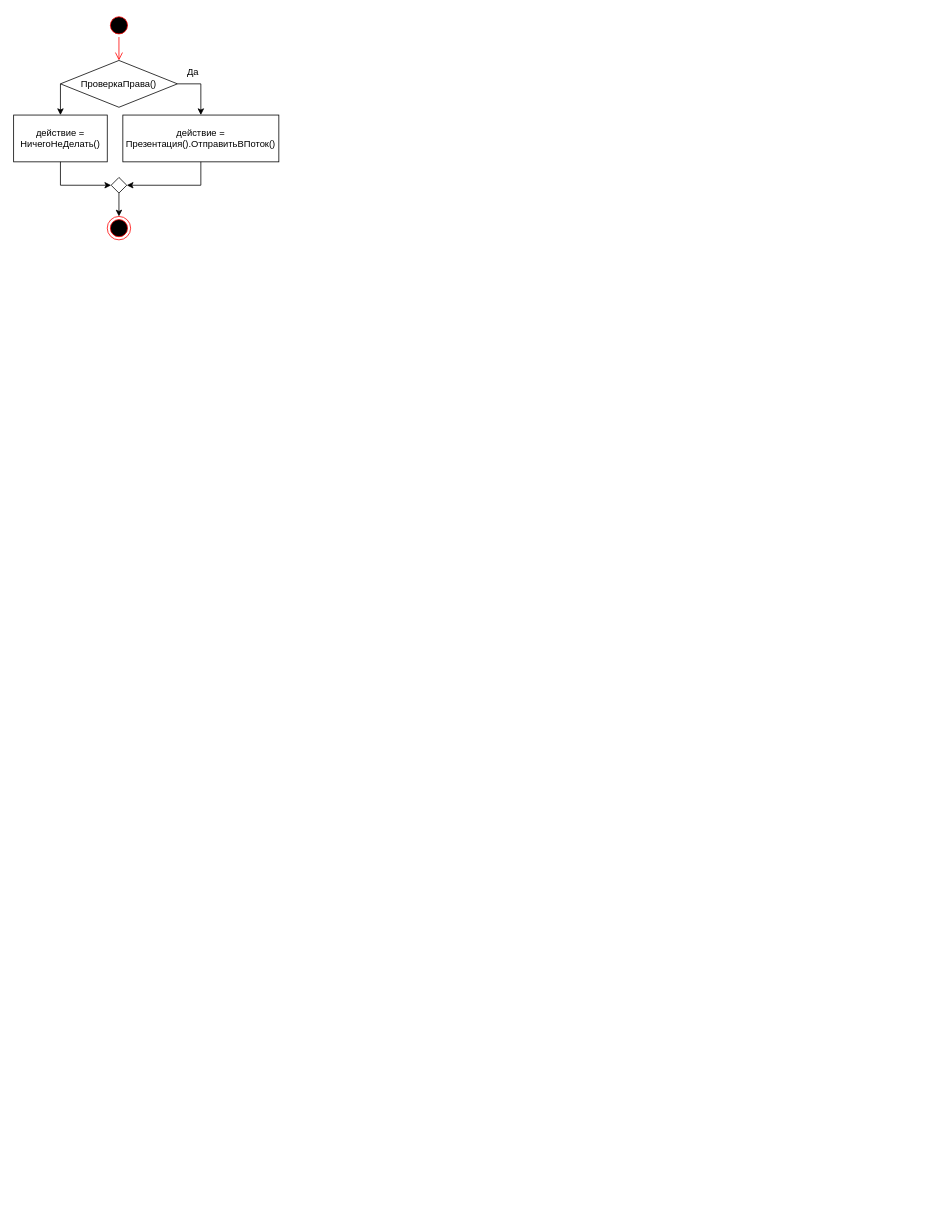
eldarian-1/pstu keeps this draw.io diagram as ТОАУ/ЛР2/7 2.drawio. Above is the earlier version. Source tidied: cells renumbered, new cells numbered last; positions are measured from the earlier drawing's top-left corner, leaving out a move shared by most shapes. Both pictures are drawn from the tidied source at 78%, with x=0, y=0 at pixel (13, 13).
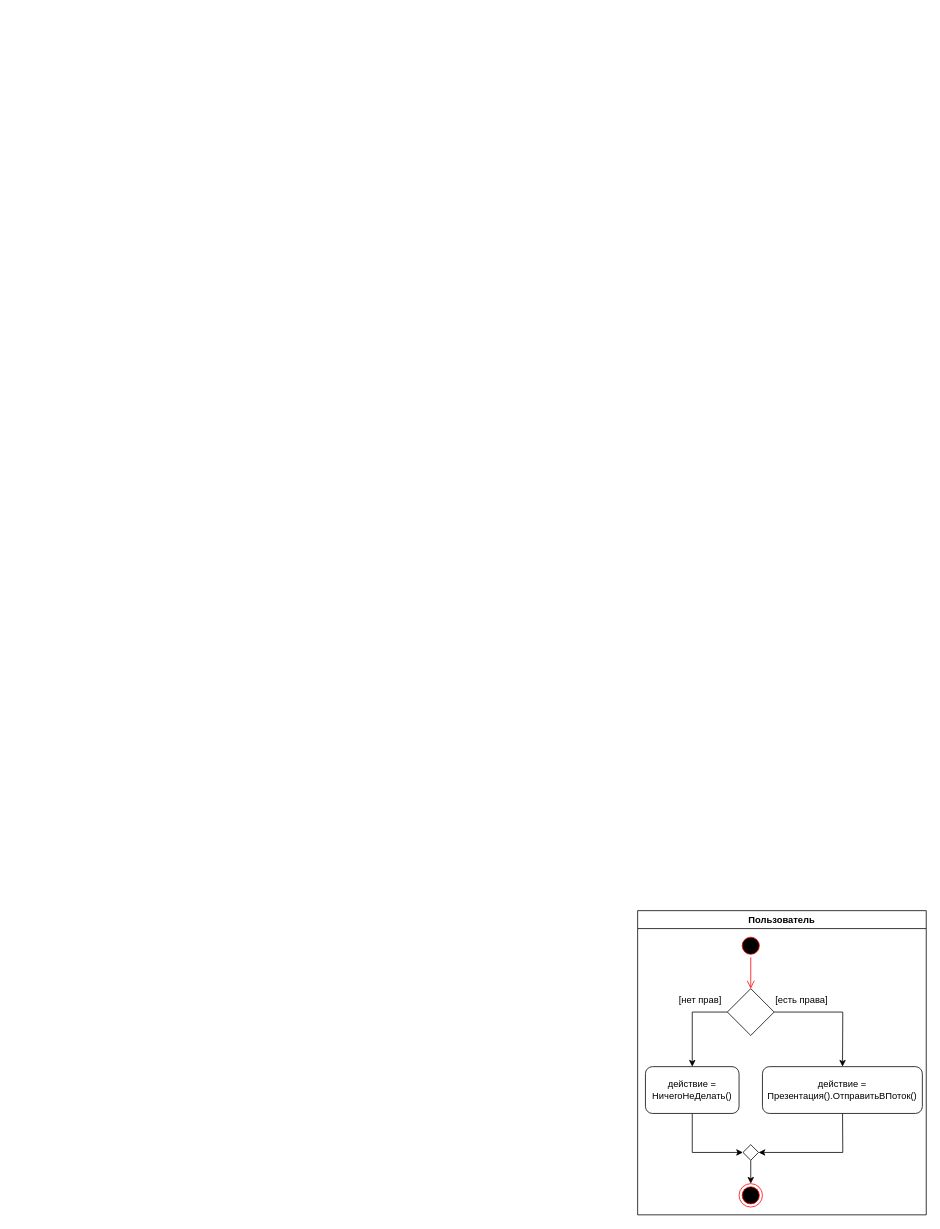
Above is the later version.

Change to the diagram source:
```diff
@@
-    <mxCell id="2" style="ellipse;html=1;shape=startState;fillColor=#000000;strokeColor=#ff0000;" parent="1" vertex="1">
-      <mxGeometry x="120" width="30" height="30" as="geometry" />
-    </mxCell>
-    <mxCell id="3" style="edgeStyle=orthogonalEdgeStyle;html=1;verticalAlign=bottom;endArrow=open;endSize=8;strokeColor=#ff0000;rounded=0;" parent="1" edge="1" source="2" target="7">
-      <mxGeometry relative="1" as="geometry" />
-    </mxCell>
+    <mxCell id="15" value="Пользователь" style="swimlane;" parent="1" vertex="1">
+      <mxGeometry x="800" y="1150" width="370" height="390" as="geometry" />
+    </mxCell>
+    <mxCell id="16" style="ellipse;html=1;shape=startState;fillColor=#000000;strokeColor=#ff0000;" parent="15" vertex="1">
+      <mxGeometry x="130" y="30" width="30" height="30" as="geometry" />
+    </mxCell>
+    <mxCell id="17" style="edgeStyle=orthogonalEdgeStyle;html=1;verticalAlign=bottom;endArrow=open;endSize=8;strokeColor=#ff0000;rounded=0;" parent="15" edge="1" source="16" target="20">
+      <mxGeometry relative="1" as="geometry" />
+    </mxCell>
-    <mxCell id="4" value="действие = Презентация().ОтправитьВПоток()" style="rounded=0;whiteSpace=wrap;html=1;" parent="1" vertex="1">
-      <mxGeometry x="140" y="130" width="200" height="60" as="geometry" />
+    <mxCell id="4" value="действие = Презентация().ОтправитьВПоток()" style="rounded=1;whiteSpace=wrap;html=1;" parent="15" vertex="1">
+      <mxGeometry x="160" y="200" width="205" height="60" as="geometry" />
     </mxCell>
-    <mxCell id="5" style="ellipse;html=1;shape=endState;fillColor=#000000;strokeColor=#ff0000;" parent="1" vertex="1">
-      <mxGeometry x="120" y="260" width="30" height="30" as="geometry" />
-    </mxCell>
-    <mxCell id="6" style="endArrow=classic;html=1;rounded=0;entryX=1;entryY=0.5;entryDx=0;entryDy=0;" parent="1" edge="1" source="4" target="12">
-      <mxGeometry relative="1" as="geometry">
-        <Array as="points">
-          <mxPoint x="240" y="220" />
-        </Array>
-      </mxGeometry>
-    </mxCell>
-    <mxCell id="7" value="ПроверкаПрава()" style="rhombus;whiteSpace=wrap;html=1;" parent="1" vertex="1">
-      <mxGeometry x="60" y="60" width="150" height="60" as="geometry" />
-    </mxCell>
-    <mxCell id="8" style="endArrow=classic;html=1;rounded=0;exitX=1;exitY=0.5;exitDx=0;exitDy=0;" parent="1" edge="1" source="7" target="4">
-      <mxGeometry relative="1" as="geometry">
-        <Array as="points">
-          <mxPoint x="240" y="90" />
-        </Array>
-      </mxGeometry>
-    </mxCell>
+    <mxCell id="18" style="ellipse;html=1;shape=endState;fillColor=#000000;strokeColor=#ff0000;" parent="15" vertex="1">
+      <mxGeometry x="130" y="350" width="30" height="30" as="geometry" />
+    </mxCell>
+    <mxCell id="19" style="endArrow=classic;html=1;rounded=0;entryX=1;entryY=0.5;entryDx=0;entryDy=0;" parent="15" edge="1" source="4" target="23">
+      <mxGeometry relative="1" as="geometry">
+        <Array as="points">
+          <mxPoint x="263" y="310" />
+        </Array>
+      </mxGeometry>
+    </mxCell>
+    <mxCell id="20" style="rhombus;whiteSpace=wrap;html=1;" parent="15" vertex="1">
+      <mxGeometry x="115" y="100" width="60" height="60" as="geometry" />
+    </mxCell>
+    <mxCell id="21" style="endArrow=classic;html=1;rounded=0;exitX=1;exitY=0.5;exitDx=0;exitDy=0;" parent="15" edge="1" source="20" target="4">
+      <mxGeometry relative="1" as="geometry">
+        <Array as="points">
+          <mxPoint x="263" y="130" />
+        </Array>
+      </mxGeometry>
+    </mxCell>
-    <mxCell id="9" value="действие = НичегоНеДелать()" style="rounded=0;whiteSpace=wrap;html=1;" parent="1" vertex="1">
-      <mxGeometry y="130" width="120" height="60" as="geometry" />
+    <mxCell id="9" value="действие = НичегоНеДелать()" style="rounded=1;whiteSpace=wrap;html=1;" parent="15" vertex="1">
+      <mxGeometry x="10" y="200" width="120" height="60" as="geometry" />
     </mxCell>
-    <mxCell id="10" style="endArrow=classic;html=1;rounded=0;exitX=0;exitY=0.5;exitDx=0;exitDy=0;" parent="1" edge="1" source="7" target="9">
-      <mxGeometry relative="1" as="geometry" />
-    </mxCell>
-    <mxCell id="11" value="Да" style="text;html=1;strokeColor=none;fillColor=none;align=center;verticalAlign=middle;whiteSpace=wrap;rounded=0;" parent="1" vertex="1">
-      <mxGeometry x="200" y="60" width="60" height="30" as="geometry" />
-    </mxCell>
-    <mxCell id="12" style="rhombus;whiteSpace=wrap;html=1;" parent="1" vertex="1">
-      <mxGeometry x="125" y="210" width="20" height="20" as="geometry" />
-    </mxCell>
-    <mxCell id="13" style="endArrow=classic;html=1;rounded=0;entryX=0;entryY=0.5;entryDx=0;entryDy=0;" parent="1" edge="1" source="9" target="12">
-      <mxGeometry relative="1" as="geometry">
-        <Array as="points">
-          <mxPoint x="60" y="220" />
-        </Array>
-      </mxGeometry>
-    </mxCell>
-    <mxCell id="14" style="endArrow=classic;html=1;rounded=0;exitX=0.5;exitY=1;exitDx=0;exitDy=0;" parent="1" edge="1" source="12" target="5">
-      <mxGeometry relative="1" as="geometry" />
-    </mxCell>
+    <mxCell id="22" style="endArrow=classic;html=1;rounded=0;exitX=0;exitY=0.5;exitDx=0;exitDy=0;" parent="15" edge="1" source="20" target="9">
+      <mxGeometry relative="1" as="geometry">
+        <Array as="points">
+          <mxPoint x="70" y="130" />
+        </Array>
+      </mxGeometry>
+    </mxCell>
+    <mxCell id="23" style="rhombus;whiteSpace=wrap;html=1;" parent="15" vertex="1">
+      <mxGeometry x="135" y="300" width="20" height="20" as="geometry" />
+    </mxCell>
+    <mxCell id="24" style="endArrow=classic;html=1;rounded=0;entryX=0;entryY=0.5;entryDx=0;entryDy=0;" parent="15" edge="1" source="9" target="23">
+      <mxGeometry relative="1" as="geometry">
+        <Array as="points">
+          <mxPoint x="70" y="310" />
+        </Array>
+      </mxGeometry>
+    </mxCell>
+    <mxCell id="25" style="endArrow=classic;html=1;rounded=0;exitX=0.5;exitY=1;exitDx=0;exitDy=0;" parent="15" edge="1" source="23" target="18">
+      <mxGeometry relative="1" as="geometry" />
+    </mxCell>
+    <mxCell id="26" value="[нет прав]" style="text;html=1;align=center;verticalAlign=middle;strokeColor=none;fillColor=none;" parent="15" vertex="1">
+      <mxGeometry x="45" y="105" width="70" height="20" as="geometry" />
+    </mxCell>
+    <mxCell id="27" value="[есть права]" style="text;html=1;align=center;verticalAlign=middle;strokeColor=none;fillColor=none;" parent="15" vertex="1">
+      <mxGeometry x="170" y="105" width="80" height="20" as="geometry" />
+    </mxCell>
```
